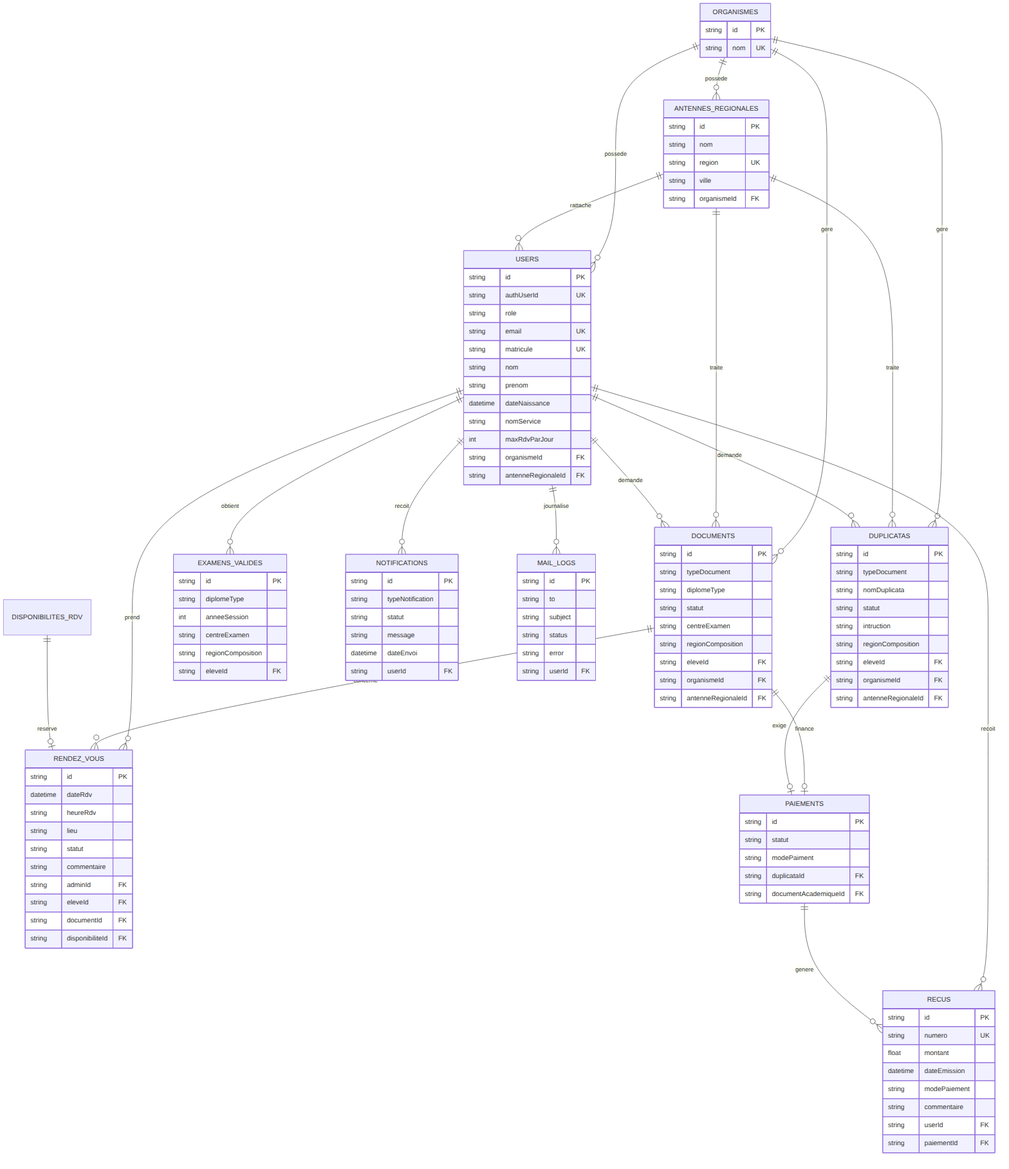
Before: docs/diagrammes-images/diagramme-mcd-mld-v2.png, a diagram exported from Mermaid (yoppanjikamf/application-demande-document-academique). Its source is kept beside it as docs/diagrammes-mermaid/diagramme-mcd-mld-v2.mmd.
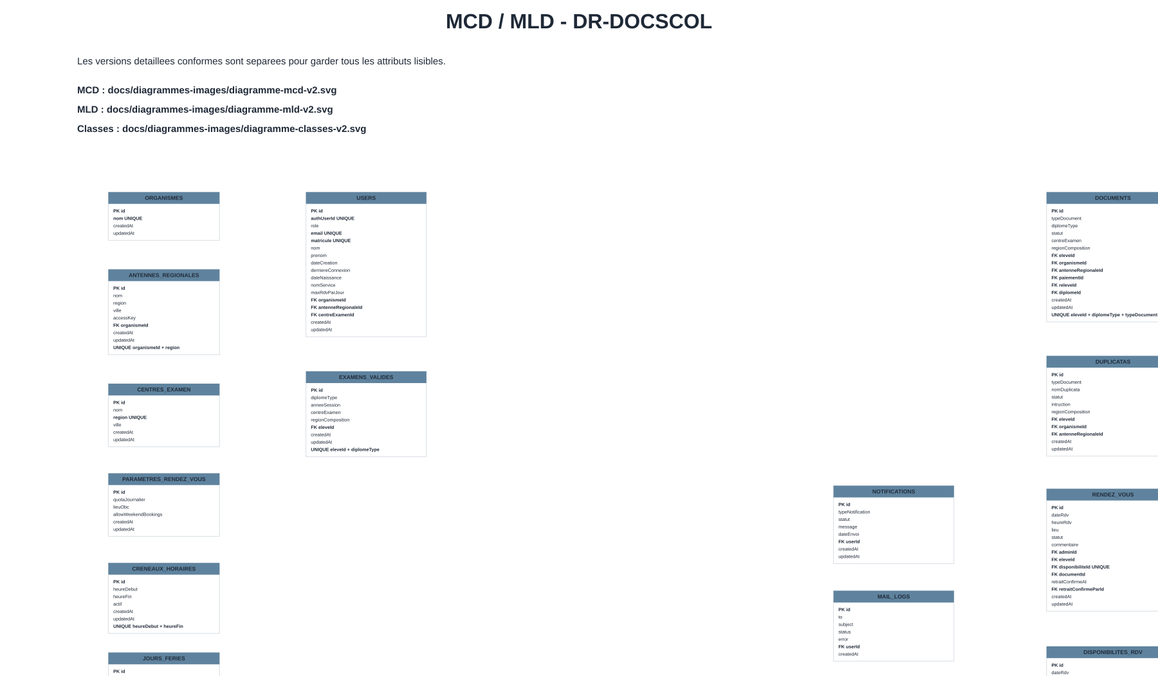
After the change.

Change to the diagram source:
```diff
@@ -1,134 +1,145 @@
+%%{init: {"theme": "base", "themeVariables": {"fontFamily": "Arial", "fontSize": "20px", "primaryColor": "#eaf6ff", "primaryBorderColor": "#1f6f9f", "lineColor": "#4b5563"}}}%%
 erDiagram
-  ORGANISMES ||--o{ USERS : possede
-  ORGANISMES ||--o{ ANTENNES_REGIONALES : possede
-  ORGANISMES ||--o{ DOCUMENTS : gere
-  ORGANISMES ||--o{ DUPLICATAS : gere
+    ORGANISMES ||--o{ ANTENNES_REGIONALES : possede
+    ORGANISMES ||--o{ USERS : rattache
+    ORGANISMES ||--o{ DOCUMENTS : gere
+    ORGANISMES ||--o{ DUPLICATAS : gere
 
-  ANTENNES_REGIONALES ||--o{ USERS : rattache
-  ANTENNES_REGIONALES ||--o{ DOCUMENTS : traite
-  ANTENNES_REGIONALES ||--o{ DUPLICATAS : traite
+    ANTENNES_REGIONALES ||--o{ USERS : rattache
+    ANTENNES_REGIONALES ||--o{ DOCUMENTS : retrait_antenne
+    ANTENNES_REGIONALES ||--o{ DUPLICATAS : retrait_antenne
 
-  USERS ||--o{ EXAMENS_VALIDES : obtient
-  USERS ||--o{ DOCUMENTS : demande
-  USERS ||--o{ RENDEZ_VOUS : prend
-  USERS ||--o{ NOTIFICATIONS : recoit
-  USERS ||--o{ MAIL_LOGS : journalise
-  USERS ||--o{ DUPLICATAS : demande
-  USERS ||--o{ RECUS : recoit
+    CENTRES_EXAMEN ||--o{ USERS : affecte_agent
+    CENTRES_EXAMEN ||--o{ RENDEZ_VOUS : recoit_rdv_transmis
 
-  DOCUMENTS ||--o{ RENDEZ_VOUS : concerne
-  DOCUMENTS ||--o| PAIEMENTS : finance
-  DUPLICATAS ||--o| PAIEMENTS : exige
-  PAIEMENTS ||--o{ RECUS : genere
-  DISPONIBILITES_RDV ||--o| RENDEZ_VOUS : reserve
+    USERS ||--o{ EXAMENS_VALIDES : possede
+    USERS ||--o{ DOCUMENTS : demande
+    USERS ||--o{ DUPLICATAS : demande
+    USERS ||--o{ RENDEZ_VOUS : prend
+    USERS ||--o{ RENDEZ_VOUS : planifie
+    USERS ||--o{ RENDEZ_VOUS : confirme_retrait
+    USERS ||--o{ NOTIFICATIONS : recoit
+    USERS ||--o{ MAIL_LOGS : journalise
+    USERS ||--o{ RECUS : recoit
 
-  ORGANISMES {
-    string id PK
-    string nom UK
-  }
+    DOCUMENTS ||--o{ RENDEZ_VOUS : retrait_planifie
+    DOCUMENTS ||--o| PAIEMENTS : paiement_optionnel
+    DOCUMENTS ||--o| RELEVES : detail_releve
+    DOCUMENTS ||--o| DIPLOMES : detail_diplome
 
-  ANTENNES_REGIONALES {
-    string id PK
-    string nom
-    string region UK
-    string ville
-    string organismeId FK
-  }
+    DUPLICATAS ||--|| PAIEMENTS : paiement
+    DUPLICATAS ||--o| RELEVES : duplicata_releve
+    DUPLICATAS ||--o| DIPLOMES : duplicata_diplome
+    PAIEMENTS ||--o{ RECUS : produit
 
-  USERS {
-    string id PK
-    string authUserId UK
-    string role
-    string email UK
-    string matricule UK
-    string nom
-    string prenom
-    datetime dateNaissance
-    string nomService
-    int maxRdvParJour
-    string organismeId FK
-    string antenneRegionaleId FK
-  }
+    ORGANISMES {
+        string id PK
+        string nom UK
+        datetime createdAt
+        datetime updatedAt
+    }
 
-  EXAMENS_VALIDES {
-    string id PK
-    string diplomeType
-    int anneeSession
-    string centreExamen
-    string regionComposition
-    string eleveId FK
-  }
+    ANTENNES_REGIONALES {
+        string id PK
+        string nom
+        string region
+        string ville
+        string organismeId FK
+    }
 
-  DOCUMENTS {
-    string id PK
-    string typeDocument
-    string diplomeType
-    string statut
-    string centreExamen
-    string regionComposition
-    string eleveId FK
-    string organismeId FK
-    string antenneRegionaleId FK
-  }
+    CENTRES_EXAMEN {
+        string id PK
+        string nom
+        string region UK
+        string ville
+    }
 
-  RENDEZ_VOUS {
-    string id PK
-    datetime dateRdv
-    string heureRdv
-    string lieu
-    string statut
-    string commentaire
-    string adminId FK
-    string eleveId FK
-    string documentId FK
-    string disponibiliteId FK
-  }
+    USERS {
+        string id PK
+        string authUserId UK
+        string email UK
+        string matricule UK
+        string role
+        string organismeId FK
+        string antenneRegionaleId FK
+        string centreExamenId FK
+    }
 
-  NOTIFICATIONS {
-    string id PK
-    string typeNotification
-    string statut
-    string message
-    datetime dateEnvoi
-    string userId FK
-  }
+    EXAMENS_VALIDES {
+        string id PK
+        string diplomeType
+        int anneeSession
+        string centreExamen
+        string regionComposition
+        string eleveId FK
+    }
 
-  MAIL_LOGS {
-    string id PK
-    string to
-    string subject
-    string status
-    string error
-    string userId FK
-  }
+    DOCUMENTS {
+        string id PK
+        string typeDocument
+        string diplomeType
+        string statut
+        string centreExamen
+        string regionComposition
+        string eleveId FK
+        string organismeId FK
+        string antenneRegionaleId FK
+    }
 
-  DUPLICATAS {
-    string id PK
-    string typeDocument
-    string nomDuplicata
-    string statut
-    string intruction
-    string regionComposition
-    string eleveId FK
-    string organismeId FK
-    string antenneRegionaleId FK
-  }
+    DUPLICATAS {
+        string id PK
+        string typeDocument
+        string nomDuplicata
+        string statut
+        string intruction
+        string regionComposition
+        string eleveId FK
+        string organismeId FK
+        string antenneRegionaleId FK
+    }
 
-  PAIEMENTS {
-    string id PK
-    string statut
-    string modePaiment
-    string duplicataId FK
-    string documentAcademiqueId FK
-  }
+    RENDEZ_VOUS {
+        string id PK
+        datetime dateRdv
+        string heureRdv
+        string lieu
+        string statut
+        string adminId FK
+        string eleveId FK
+        string documentId FK
+        string retraitConfirmeParId FK
+        datetime retraitConfirmeAt
+    }
 
-  RECUS {
-    string id PK
-    string numero UK
-    float montant
-    datetime dateEmission
-    string modePaiement
-    string commentaire
-    string userId FK
-    string paiementId FK
-  }
+    PAIEMENTS {
+        string id PK
+        string statut
+        string modePaiment
+        string duplicataId FK
+        string documentAcademiqueId FK
+    }
+
+    RECUS {
+        string id PK
+        string numero UK
+        float montant
+        datetime dateEmission
+        string paiementId FK
+        string userId FK
+    }
+
+    NOTIFICATIONS {
+        string id PK
+        string typeNotification
+        string statut
+        string message
+        string userId FK
+    }
+
+    MAIL_LOGS {
+        string id PK
+        string to
+        string subject
+        string status
+        string userId FK
+    }
```
